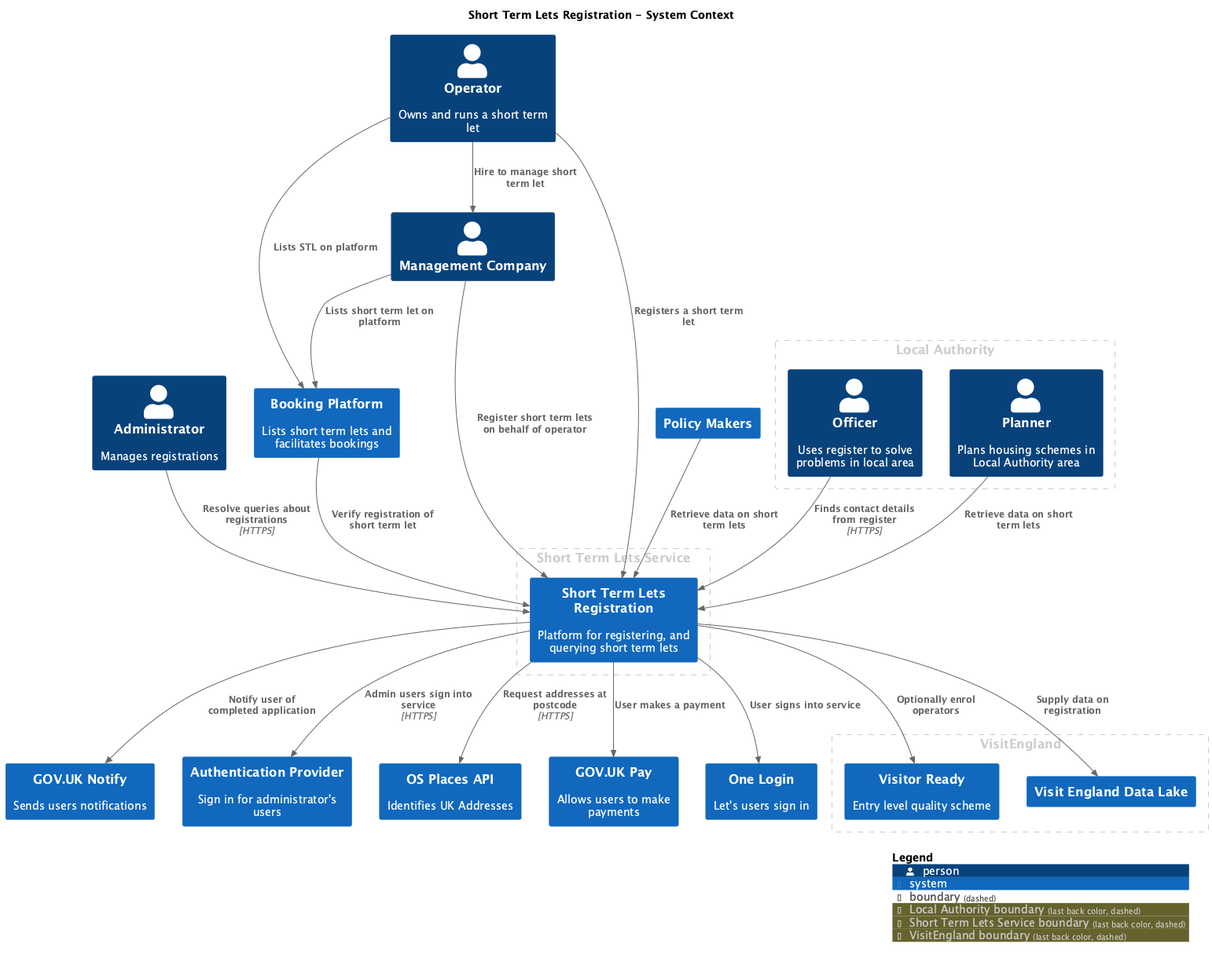
The PlantUML diagram main/png/SystemContext-001.png in DCMSstats/stl-architecture, before a commit. Source of this version:
```plantuml
@startuml
set separator none
title Short Term Lets Registration - System Context

top to bottom direction

!include <C4/C4>
!include <C4/C4_Context>

AddBoundaryTag("Local Authority", $borderColor="#cccccc", $fontColor="#cccccc", $borderStyle="dashed")
Boundary(group_1, "Local Authority", $tags="Local Authority") {
  Person(Planner, "Planner", $descr="Plans housing schemes in Local Authority area", $tags="", $link="")
  Person(Officer, "Officer", $descr="Uses register to solve problems in local area", $tags="", $link="")
}

AddBoundaryTag("Short Term Lets Service", $borderColor="#cccccc", $fontColor="#cccccc", $borderStyle="dashed")
Boundary(group_2, "Short Term Lets Service", $tags="Short Term Lets Service") {
  System(ShortTermLetsRegistration, "Short Term Lets Registration", $descr="Platform for registering, and querying short term lets", $tags="", $link="")
}

AddBoundaryTag("VisitEngland", $borderColor="#cccccc", $fontColor="#cccccc", $borderStyle="dashed")
Boundary(group_3, "VisitEngland", $tags="VisitEngland") {
  System(VisitEnglandDataLake, "Visit England Data Lake", $descr="", $tags="", $link="")
  System(VisitorReady, "Visitor Ready", $descr="Entry level quality scheme", $tags="", $link="")
}

Person(Administrator, "Administrator", $descr="Manages registrations", $tags="", $link="")
System(GOVUKNotify, "GOV.UK Notify", $descr="Sends users notifications", $tags="", $link="")
System(AuthenticationProvider, "Authentication Provider", $descr="Sign in for administrator's users", $tags="", $link="")
System(OSPlacesAPI, "OS Places API", $descr="Identifies UK Addresses", $tags="", $link="")
Person(Operator, "Operator", $descr="Owns and runs a short term let", $tags="", $link="")
Person(ManagementCompany, "Management Company", $descr="", $tags="", $link="")
System(BookingPlatform, "Booking Platform", $descr="Lists short term lets and facilitates bookings", $tags="", $link="")
System(PolicyMakers, "Policy Makers", $descr="", $tags="", $link="")
System(GOVUKPay, "GOV.UK Pay", $descr="Allows users to make payments", $tags="", $link="")
System(OneLogin, "One Login", $descr="Let's users sign in", $tags="", $link="")

Rel(Operator, ShortTermLetsRegistration, "Registers a short term let", $techn="", $tags="", $link="")
Rel(Operator, ManagementCompany, "Hire to manage short term let", $techn="", $tags="", $link="")
Rel(Operator, BookingPlatform, "Lists STL on platform", $techn="", $tags="", $link="")
Rel(ManagementCompany, ShortTermLetsRegistration, "Register short term lets on behalf of operator", $techn="", $tags="", $link="")
Rel(ManagementCompany, BookingPlatform, "Lists short term let on platform", $techn="", $tags="", $link="")
Rel(BookingPlatform, ShortTermLetsRegistration, "Verify registration of short term let", $techn="", $tags="", $link="")
Rel(Planner, ShortTermLetsRegistration, "Retrieve data on short term lets", $techn="", $tags="", $link="")
Rel(ShortTermLetsRegistration, VisitorReady, "Optionally enrol operators", $techn="", $tags="", $link="")
Rel(ShortTermLetsRegistration, VisitEnglandDataLake, "Supply data on registration", $techn="", $tags="", $link="")
Rel(PolicyMakers, ShortTermLetsRegistration, "Retrieve data on short term lets", $techn="", $tags="", $link="")
Rel(ShortTermLetsRegistration, GOVUKPay, "User makes a payment", $techn="", $tags="", $link="")
Rel(ShortTermLetsRegistration, OneLogin, "User signs into service", $techn="", $tags="", $link="")
Rel(ShortTermLetsRegistration, GOVUKNotify, "Notify user of completed application", $techn="", $tags="", $link="")
Rel(Administrator, ShortTermLetsRegistration, "Resolve queries about registrations", $techn="HTTPS", $tags="", $link="")
Rel(Officer, ShortTermLetsRegistration, "Finds contact details from register", $techn="HTTPS", $tags="", $link="")
Rel(ShortTermLetsRegistration, AuthenticationProvider, "Admin users sign into service", $techn="HTTPS", $tags="", $link="")
Rel(ShortTermLetsRegistration, OSPlacesAPI, "Request addresses at postcode", $techn="HTTPS", $tags="", $link="")

SHOW_LEGEND(true)
@enduml
```
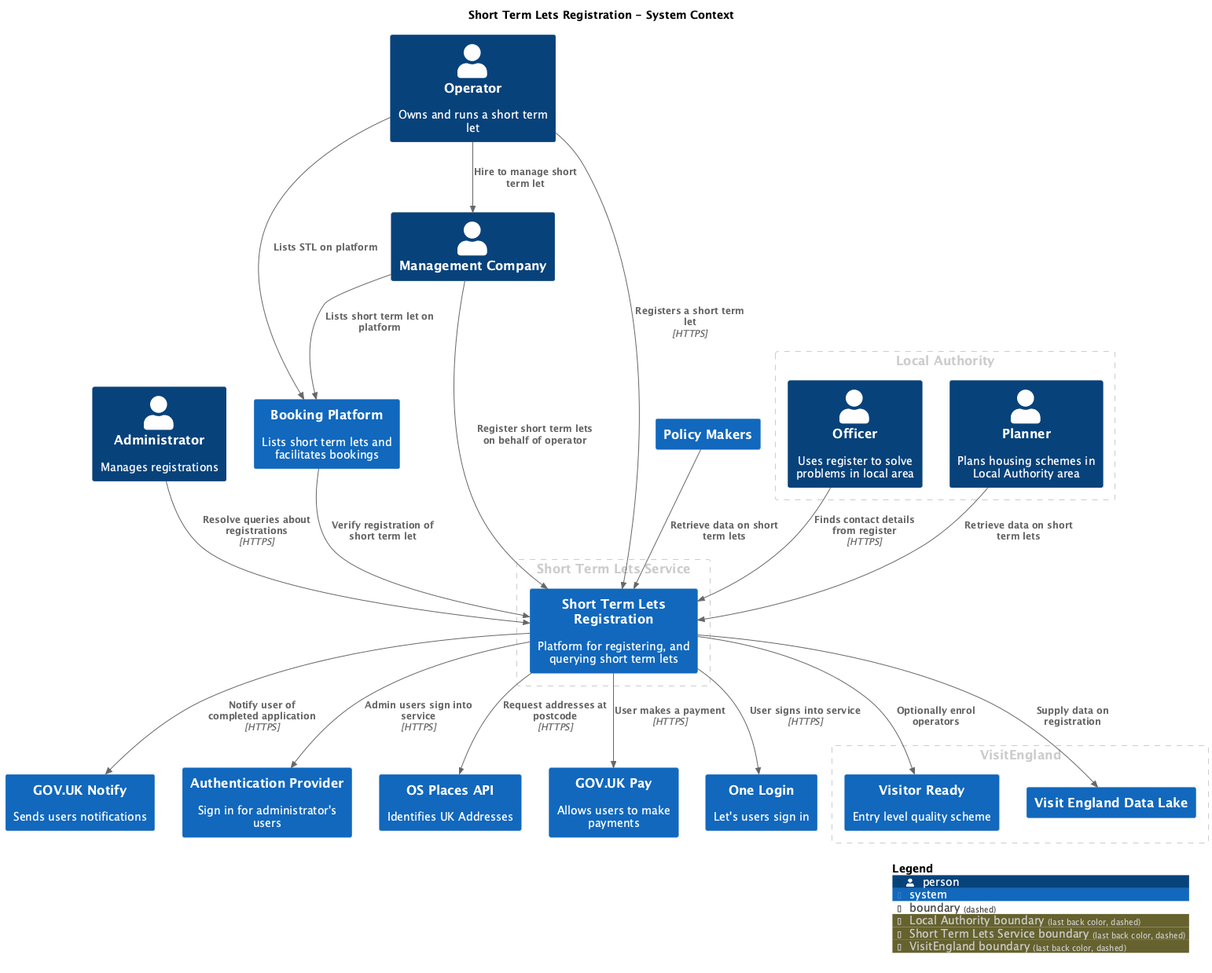
After the commit.

Diff of the diagram source:
```diff
@@ -35,7 +35,6 @@
 System(GOVUKPay, "GOV.UK Pay", $descr="Allows users to make payments", $tags="", $link="")
 System(OneLogin, "One Login", $descr="Let's users sign in", $tags="", $link="")
 
-Rel(Operator, ShortTermLetsRegistration, "Registers a short term let", $techn="", $tags="", $link="")
 Rel(Operator, ManagementCompany, "Hire to manage short term let", $techn="", $tags="", $link="")
 Rel(Operator, BookingPlatform, "Lists STL on platform", $techn="", $tags="", $link="")
 Rel(ManagementCompany, ShortTermLetsRegistration, "Register short term lets on behalf of operator", $techn="", $tags="", $link="")
@@ -45,12 +44,13 @@
 Rel(ShortTermLetsRegistration, VisitorReady, "Optionally enrol operators", $techn="", $tags="", $link="")
 Rel(ShortTermLetsRegistration, VisitEnglandDataLake, "Supply data on registration", $techn="", $tags="", $link="")
 Rel(PolicyMakers, ShortTermLetsRegistration, "Retrieve data on short term lets", $techn="", $tags="", $link="")
-Rel(ShortTermLetsRegistration, GOVUKPay, "User makes a payment", $techn="", $tags="", $link="")
-Rel(ShortTermLetsRegistration, OneLogin, "User signs into service", $techn="", $tags="", $link="")
-Rel(ShortTermLetsRegistration, GOVUKNotify, "Notify user of completed application", $techn="", $tags="", $link="")
+Rel(Operator, ShortTermLetsRegistration, "Registers a short term let", $techn="HTTPS", $tags="", $link="")
 Rel(Administrator, ShortTermLetsRegistration, "Resolve queries about registrations", $techn="HTTPS", $tags="", $link="")
 Rel(Officer, ShortTermLetsRegistration, "Finds contact details from register", $techn="HTTPS", $tags="", $link="")
+Rel(ShortTermLetsRegistration, GOVUKPay, "User makes a payment", $techn="HTTPS", $tags="", $link="")
+Rel(ShortTermLetsRegistration, OneLogin, "User signs into service", $techn="HTTPS", $tags="", $link="")
 Rel(ShortTermLetsRegistration, AuthenticationProvider, "Admin users sign into service", $techn="HTTPS", $tags="", $link="")
+Rel(ShortTermLetsRegistration, GOVUKNotify, "Notify user of completed application", $techn="HTTPS", $tags="", $link="")
 Rel(ShortTermLetsRegistration, OSPlacesAPI, "Request addresses at postcode", $techn="HTTPS", $tags="", $link="")
 
 SHOW_LEGEND(true)
```
